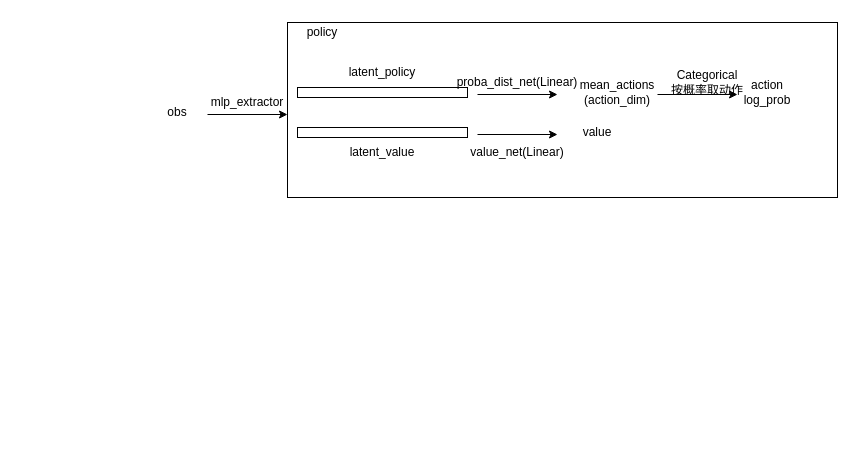
Before: ppo.drawio in Reynoll/Repository, a draw.io diagram. Source tidied: cells renumbered, new cells numbered last; positions are measured from the earlier drawing's top-left corner, leaving out a move shared by most shapes. Both pictures are drawn from the tidied source at 100%, with x=0, y=0 at pixel (147, 17).
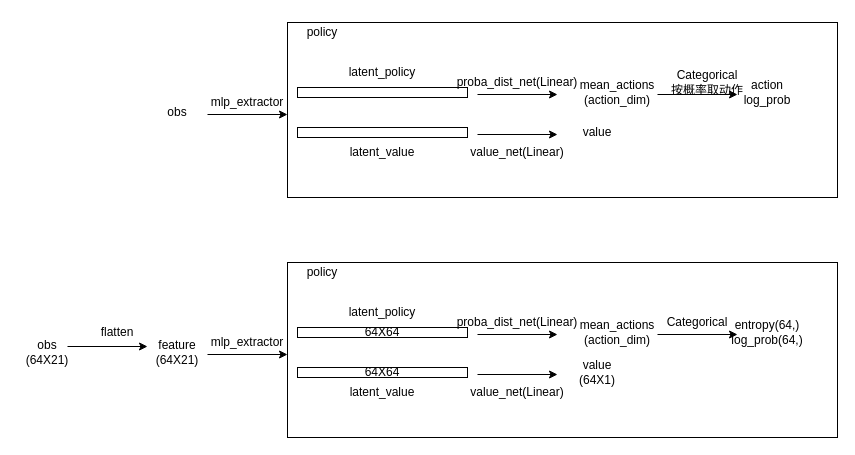
Above is the later version.

What changed in the source:
```diff
@@
+    <mxCell id="20" style="rounded=0;whiteSpace=wrap;html=1;" parent="1" vertex="1">
+      <mxGeometry x="140" y="245" width="550" height="175" as="geometry" />
+    </mxCell>
+    <mxCell id="21" value="64X64" style="rounded=0;whiteSpace=wrap;html=1;" parent="1" vertex="1">
+      <mxGeometry x="150" y="310" width="170" height="10" as="geometry" />
+    </mxCell>
+    <mxCell id="22" value="obs&lt;br&gt;(64X21)" style="text;strokeColor=none;align=center;fillColor=none;html=1;verticalAlign=middle;whiteSpace=wrap;rounded=0;" parent="1" vertex="1">
+      <mxGeometry x="-130" y="320" width="60" height="30" as="geometry" />
+    </mxCell>
+    <mxCell id="23" style="endArrow=classic;html=1;rounded=0;" parent="1" edge="1">
+      <mxGeometry relative="1" as="geometry">
+        <mxPoint x="60" y="337" as="sourcePoint" />
+        <mxPoint x="140" y="337" as="targetPoint" />
+      </mxGeometry>
+    </mxCell>
+    <mxCell id="24" value="mlp_extractor" style="text;strokeColor=none;align=center;fillColor=none;html=1;verticalAlign=middle;whiteSpace=wrap;rounded=0;" parent="1" vertex="1">
+      <mxGeometry x="70" y="310" width="60" height="30" as="geometry" />
+    </mxCell>
+    <mxCell id="25" value="64X64" style="rounded=0;whiteSpace=wrap;html=1;" parent="1" vertex="1">
+      <mxGeometry x="150" y="350" width="170" height="10" as="geometry" />
+    </mxCell>
+    <mxCell id="26" value="latent_policy" style="text;strokeColor=none;align=center;fillColor=none;html=1;verticalAlign=middle;whiteSpace=wrap;rounded=0;" parent="1" vertex="1">
+      <mxGeometry x="205" y="280" width="60" height="30" as="geometry" />
+    </mxCell>
+    <mxCell id="27" value="latent_value" style="text;strokeColor=none;align=center;fillColor=none;html=1;verticalAlign=middle;whiteSpace=wrap;rounded=0;" parent="1" vertex="1">
+      <mxGeometry x="205" y="360" width="60" height="30" as="geometry" />
+    </mxCell>
+    <mxCell id="28" style="endArrow=classic;html=1;rounded=0;" parent="1" edge="1">
+      <mxGeometry relative="1" as="geometry">
+        <mxPoint x="330" y="357" as="sourcePoint" />
+        <mxPoint x="410" y="357" as="targetPoint" />
+      </mxGeometry>
+    </mxCell>
+    <mxCell id="29" value="value_net(Linear)" style="text;strokeColor=none;align=center;fillColor=none;html=1;verticalAlign=middle;whiteSpace=wrap;rounded=0;" parent="1" vertex="1">
+      <mxGeometry x="340" y="360" width="60" height="30" as="geometry" />
+    </mxCell>
+    <mxCell id="30" value="value&lt;br&gt;(64X1)" style="text;strokeColor=none;align=center;fillColor=none;html=1;verticalAlign=middle;whiteSpace=wrap;rounded=0;" parent="1" vertex="1">
+      <mxGeometry x="420" y="340" width="60" height="30" as="geometry" />
+    </mxCell>
+    <mxCell id="31" style="endArrow=classic;html=1;rounded=0;" parent="1" edge="1">
+      <mxGeometry relative="1" as="geometry">
+        <mxPoint x="330" y="317" as="sourcePoint" />
+        <mxPoint x="410" y="317" as="targetPoint" />
+      </mxGeometry>
+    </mxCell>
+    <mxCell id="32" value="proba_dist_net(Linear)" style="text;strokeColor=none;align=center;fillColor=none;html=1;verticalAlign=middle;whiteSpace=wrap;rounded=0;" parent="1" vertex="1">
+      <mxGeometry x="340" y="290" width="60" height="30" as="geometry" />
+    </mxCell>
+    <mxCell id="33" value="mean_actions&lt;br&gt;(action_dim)" style="text;strokeColor=none;align=center;fillColor=none;html=1;verticalAlign=middle;whiteSpace=wrap;rounded=0;" parent="1" vertex="1">
+      <mxGeometry x="440" y="300" width="60" height="30" as="geometry" />
+    </mxCell>
+    <mxCell id="34" style="endArrow=classic;html=1;rounded=0;" parent="1" edge="1">
+      <mxGeometry relative="1" as="geometry">
+        <mxPoint x="510" y="317" as="sourcePoint" />
+        <mxPoint x="590" y="317" as="targetPoint" />
+      </mxGeometry>
+    </mxCell>
+    <mxCell id="35" value="Categorical" style="text;strokeColor=none;align=center;fillColor=none;html=1;verticalAlign=middle;whiteSpace=wrap;rounded=0;" parent="1" vertex="1">
+      <mxGeometry x="510" y="290" width="80" height="30" as="geometry" />
+    </mxCell>
+    <mxCell id="36" value="entropy(64,)&lt;br&gt;log_prob(64,)" style="text;strokeColor=none;align=center;fillColor=none;html=1;verticalAlign=middle;whiteSpace=wrap;rounded=0;" parent="1" vertex="1">
+      <mxGeometry x="590" y="300" width="60" height="30" as="geometry" />
+    </mxCell>
+    <mxCell id="37" value="policy" style="text;strokeColor=none;align=center;fillColor=none;html=1;verticalAlign=middle;whiteSpace=wrap;rounded=0;" parent="1" vertex="1">
+      <mxGeometry x="145" y="240" width="60" height="30" as="geometry" />
+    </mxCell>
+    <mxCell id="38" value="flatten" style="text;strokeColor=none;align=center;fillColor=none;html=1;verticalAlign=middle;whiteSpace=wrap;rounded=0;" parent="1" vertex="1">
+      <mxGeometry x="-60" y="300" width="60" height="30" as="geometry" />
+    </mxCell>
+    <mxCell id="39" style="endArrow=classic;html=1;rounded=0;" parent="1" edge="1">
+      <mxGeometry relative="1" as="geometry">
+        <mxPoint x="-80" y="329" as="sourcePoint" />
+        <mxPoint y="329" as="targetPoint" />
+      </mxGeometry>
+    </mxCell>
+    <mxCell id="40" value="feature&lt;br&gt;(64X21)" style="text;strokeColor=none;align=center;fillColor=none;html=1;verticalAlign=middle;whiteSpace=wrap;rounded=0;" parent="1" vertex="1">
+      <mxGeometry y="320" width="60" height="30" as="geometry" />
+    </mxCell>
```
